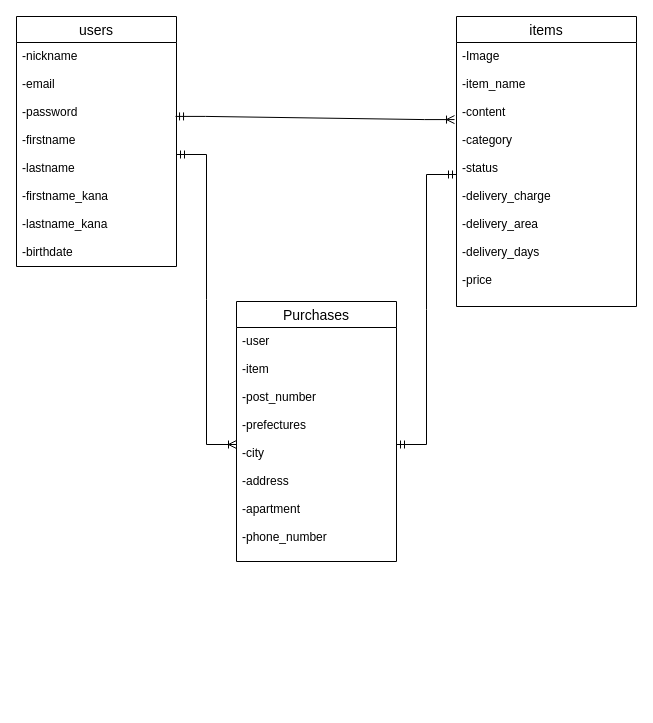
This is ER.dio from rjking0523/furima-38569, a draw.io file, before an edit. Source tidied: cells renumbered, new cells numbered last; positions are measured from the earlier drawing's top-left corner, leaving out a move shared by most shapes. Both pictures are drawn from the tidied source at 100%, with x=0, y=0 at pixel (16, 16).
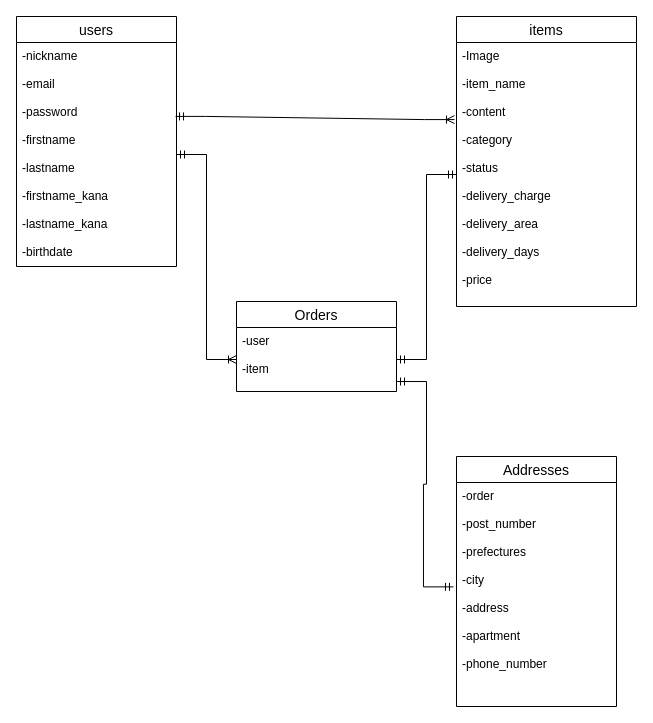
Above is the later version.

Commit message (it also covers changes not shown here):
レビュー指摘に対する修正（1回目）

Change to the diagram source:
```diff
@@
 <mxGraphModel>
   <root>
     <mxCell id="0" />
     <mxCell id="1" parent="0" />
     <mxCell id="2" value="users" style="swimlane;fontStyle=0;horizontal=1;startSize=26;align=center;fontSize=14;swimlaneLine=1;" parent="1" vertex="1">
       <mxGeometry width="160" height="250" as="geometry" />
     </mxCell>
     <mxCell id="3" value="-nickname&#10;&#10;-email&#10;&#10;-password&#10;&#10;-firstname&#10;&#10;-lastname&#10;&#10;-firstname_kana&#10;&#10;-lastname_kana&#10;&#10;-birthdate" style="text;strokeColor=none;fillColor=none;spacingLeft=4;spacingRight=4;overflow=hidden;points=[[0,0.5],[1,0.5]];portConstraint=eastwest;fontSize=12;" parent="2" vertex="1">
       <mxGeometry y="26" width="160" height="224" as="geometry" />
     </mxCell>
     <mxCell id="4" value="items" style="swimlane;fontStyle=0;horizontal=1;startSize=26;align=center;fontSize=14;" parent="1" vertex="1">
       <mxGeometry x="440" width="180" height="290" as="geometry" />
     </mxCell>
     <mxCell id="5" value="-Image&#10;&#10;-item_name&#10;&#10;-content&#10;&#10;-category&#10;&#10;-status&#10;&#10;-delivery_charge&#10;&#10;-delivery_area&#10;&#10;-delivery_days&#10;&#10;-price&#10;&#10;" style="text;strokeColor=none;fillColor=none;spacingLeft=4;spacingRight=4;overflow=hidden;points=[[0,0.5],[1,0.5]];portConstraint=eastwest;fontSize=12;" parent="4" vertex="1">
       <mxGeometry y="26" width="180" height="264" as="geometry" />
     </mxCell>
-    <mxCell id="6" value="Purchases" style="swimlane;fontStyle=0;horizontal=1;startSize=26;align=center;fontSize=14;" parent="1" vertex="1">
-      <mxGeometry x="220" y="285" width="160" height="260" as="geometry" />
+    <mxCell id="6" value="Orders" style="swimlane;fontStyle=0;horizontal=1;startSize=26;align=center;fontSize=14;" parent="1" vertex="1">
+      <mxGeometry x="220" y="285" width="160" height="90" as="geometry" />
     </mxCell>
-    <mxCell id="7" value="-user&#10;&#10;-item&#10;&#10;-post_number&#10;&#10;-prefectures&#10;&#10;-city&#10;&#10;-address&#10;&#10;-apartment&#10;&#10;-phone_number" style="text;strokeColor=none;fillColor=none;spacingLeft=4;spacingRight=4;overflow=hidden;points=[[0,0.5],[1,0.5]];portConstraint=eastwest;fontSize=12;" parent="6" vertex="1">
-      <mxGeometry y="26" width="160" height="234" as="geometry" />
+    <mxCell id="7" value="-user&#10;&#10;-item" style="text;strokeColor=none;fillColor=none;spacingLeft=4;spacingRight=4;overflow=hidden;points=[[0,0.5],[1,0.5]];portConstraint=eastwest;fontSize=12;" parent="6" vertex="1">
+      <mxGeometry y="26" width="160" height="64" as="geometry" />
     </mxCell>
     <mxCell id="8" style="edgeStyle=entityRelationEdgeStyle;fontSize=12;html=1;endArrow=ERoneToMany;startArrow=ERmandOne;rounded=0;exitX=0.994;exitY=0.33;exitDx=0;exitDy=0;exitPerimeter=0;entryX=-0.011;entryY=0.292;entryDx=0;entryDy=0;entryPerimeter=0;" parent="1" edge="1" source="3" target="5">
       <mxGeometry relative="1" as="geometry" />
     </mxCell>
     <mxCell id="9" style="edgeStyle=entityRelationEdgeStyle;fontSize=12;html=1;endArrow=ERoneToMany;startArrow=ERmandOne;rounded=0;entryX=0;entryY=0.5;entryDx=0;entryDy=0;" parent="1" edge="1" source="3" target="7">
       <mxGeometry relative="1" as="geometry" />
     </mxCell>
     <mxCell id="10" style="edgeStyle=entityRelationEdgeStyle;fontSize=12;html=1;endArrow=ERmandOne;startArrow=ERmandOne;rounded=0;entryX=0;entryY=0.5;entryDx=0;entryDy=0;exitX=1;exitY=0.5;exitDx=0;exitDy=0;" parent="1" edge="1" source="7" target="5">
       <mxGeometry relative="1" as="geometry" />
     </mxCell>
+    <mxCell id="11" value="Addresses" style="swimlane;fontStyle=0;horizontal=1;startSize=26;align=center;fontSize=14;" parent="1" vertex="1">
+      <mxGeometry x="440" y="440" width="160" height="250" as="geometry" />
+    </mxCell>
+    <mxCell id="12" value="-order&#10;&#10;-post_number&#10;&#10;-prefectures&#10;&#10;-city&#10;&#10;-address&#10;&#10;-apartment&#10;&#10;-phone_number" style="text;strokeColor=none;fillColor=none;spacingLeft=4;spacingRight=4;overflow=hidden;points=[[0,0.5],[1,0.5]];portConstraint=eastwest;fontSize=12;" parent="11" vertex="1">
+      <mxGeometry y="26" width="160" height="224" as="geometry" />
+    </mxCell>
+    <mxCell id="13" style="edgeStyle=entityRelationEdgeStyle;fontSize=12;html=1;endArrow=ERmandOne;startArrow=ERmandOne;rounded=0;exitX=1;exitY=0.844;exitDx=0;exitDy=0;exitPerimeter=0;entryX=-0.019;entryY=0.466;entryDx=0;entryDy=0;entryPerimeter=0;" parent="1" edge="1" source="7" target="12">
+      <mxGeometry relative="1" as="geometry" />
+    </mxCell>
   </root>
 </mxGraphModel>
```
